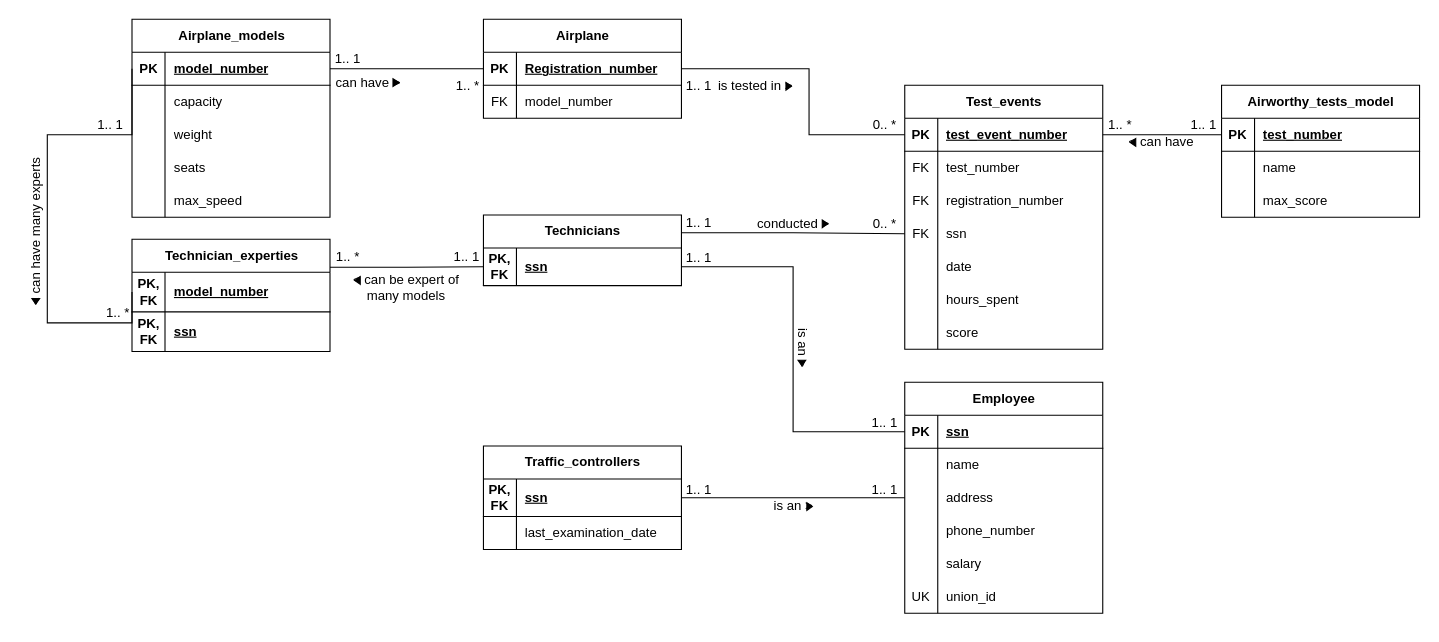
hlumhtetaung/projects keeps this draw.io diagram as 2. Airport Database System/40841063_HLUM HTET AUNG Part 2 - Database/Final ERD.drawio. Above is the earlier version. Source tidied: cells renumbered, new cells numbered last; positions are measured from the earlier drawing's top-left corner, leaving out a move shared by most shapes. Both pictures are drawn from the tidied source at 110%, with x=0, y=0 at pixel (-43, 19).
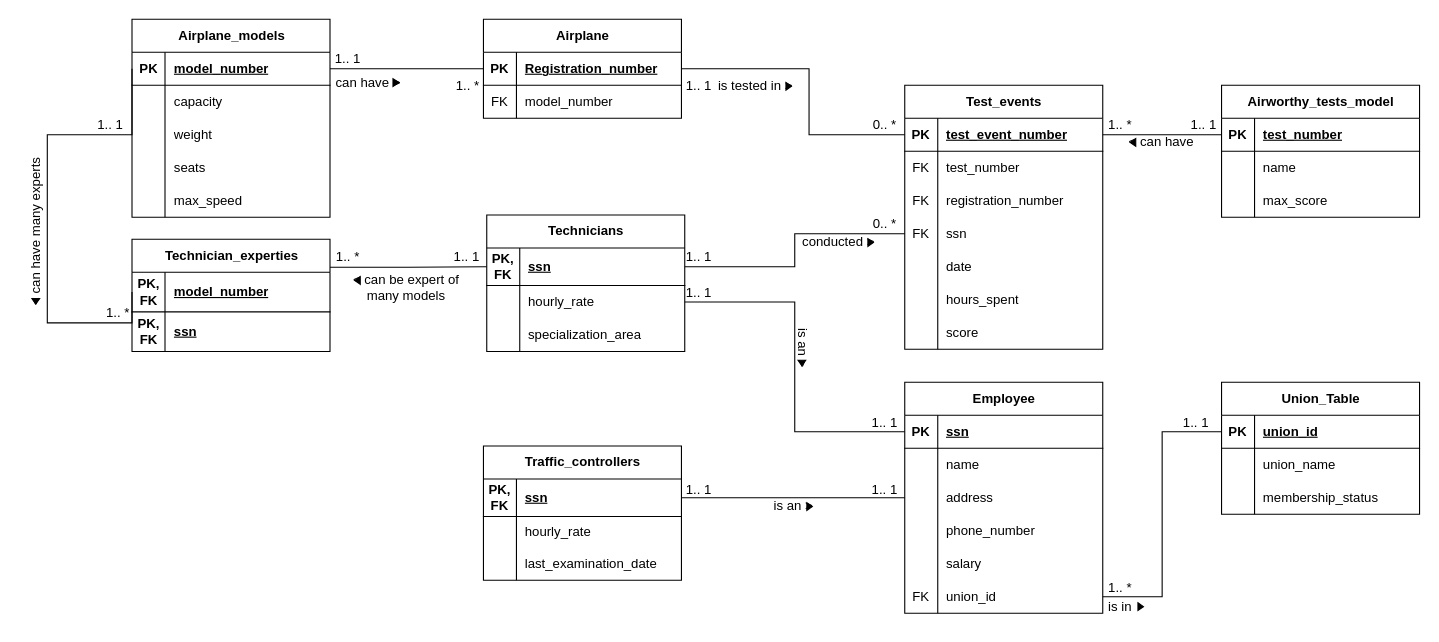
The same page after the edit.

The change refers to these unchanged cells:
```xml
<mxCell id="46" style="shape=tableRow;horizontal=0;startSize=0;swimlaneHead=0;swimlaneBody=0;fillColor=none;points=[[0,0.5],[1,0.5]];portConstraint=eastwest;top=0;left=0;right=0;bottom=0;" parent="36" vertex="1">
  <mxGeometry y="120" width="180" height="30" as="geometry" />
</mxCell>
<mxCell id="77" style="shape=tableRow;horizontal=0;startSize=0;swimlaneHead=0;swimlaneBody=0;fillColor=none;points=[[0,0.5],[1,0.5]];portConstraint=eastwest;top=0;left=0;right=0;bottom=1;" parent="76" vertex="1">
  <mxGeometry y="30" width="180" height="30" as="geometry" />
</mxCell>
<mxCell id="92" style="shape=tableRow;horizontal=0;startSize=0;swimlaneHead=0;swimlaneBody=0;fillColor=none;points=[[0,0.5],[1,0.5]];portConstraint=eastwest;top=0;left=0;right=0;bottom=0;" parent="76" vertex="1">
  <mxGeometry y="180" width="180" height="30" as="geometry" />
</mxCell>
```

Diff of the diagram source:
```diff
@@
     <mxCell id="60" value="conducted &amp;gt;" style="text;html=1;whiteSpace=wrap;strokeColor=none;fillColor=none;align=center;verticalAlign=middle;rounded=0;rotation=0;" parent="1" vertex="1">
-      <mxGeometry x="722.5" y="171" width="74" height="30" as="geometry" />
+      <mxGeometry x="764" y="188" width="74" height="30" as="geometry" />
     </mxCell>
@@
-    <mxCell id="71" style="edgeStyle=orthogonalEdgeStyle;rounded=0;jettySize=auto;html=1;exitX=1;exitY=0.25;exitDx=0;exitDy=0;entryX=0;entryY=0.5;entryDx=0;entryDy=0;endArrow=none;endFill=0;" parent="1" edge="1" source="72" target="46">
-      <mxGeometry relative="1" as="geometry" />
-    </mxCell>
-    <mxCell id="72" value="Technicians" style="shape=table;startSize=30;childLayout=tableLayout;rowLines=0;fontStyle=1;align=center;html=1;" parent="1" vertex="1">
-      <mxGeometry x="478" y="178" width="180" height="64.3" as="geometry" />
-    </mxCell>
-    <mxCell id="73" style="shape=tableRow;horizontal=0;startSize=0;swimlaneHead=0;swimlaneBody=0;fillColor=none;points=[[0,0.5],[1,0.5]];portConstraint=eastwest;top=0;left=0;right=0;bottom=1;" parent="72" vertex="1">
-      <mxGeometry y="30" width="180" height="34" as="geometry" />
-    </mxCell>
-    <mxCell id="74" value="PK, FK" style="shape=partialRectangle;fillColor=none;top=0;left=0;bottom=0;right=0;fontStyle=1;overflow=hidden;whiteSpace=wrap;html=1;" parent="73" vertex="1">
-      <mxGeometry width="30" height="34" as="geometry" />
-    </mxCell>
-    <mxCell id="75" value="ssn" style="shape=partialRectangle;fillColor=none;top=0;left=0;bottom=0;right=0;align=left;spacingLeft=6;fontStyle=5;overflow=hidden;whiteSpace=wrap;html=1;" parent="73" vertex="1">
-      <mxGeometry x="30" width="150" height="34" as="geometry" />
-    </mxCell>
@@
-    <mxCell id="93" value="UK" style="shape=partialRectangle;fillColor=none;top=0;left=0;bottom=0;right=0;overflow=hidden;whiteSpace=wrap;html=1;" parent="92" vertex="1">
+    <mxCell id="93" value="FK" style="shape=partialRectangle;fillColor=none;top=0;left=0;bottom=0;right=0;overflow=hidden;whiteSpace=wrap;html=1;" parent="92" vertex="1">
       <mxGeometry width="30" height="30" as="geometry" />
     </mxCell>
@@
     <mxCell id="97" value="Traffic_controllers" style="shape=table;startSize=30;childLayout=tableLayout;rowLines=0;fontStyle=1;align=center;html=1;" parent="1" vertex="1">
-      <mxGeometry x="478" y="388" width="180" height="94" as="geometry" />
+      <mxGeometry x="478" y="388" width="180" height="122" as="geometry" />
     </mxCell>
@@
+    <mxCell id="134" style="shape=tableRow;horizontal=0;startSize=0;swimlaneHead=0;swimlaneBody=0;fillColor=none;top=0;left=0;right=0;bottom=0;" parent="97" vertex="1">
+      <mxGeometry y="64" width="180" height="28" as="geometry" />
+    </mxCell>
+    <mxCell id="135" style="shape=partialRectangle;fillColor=none;top=0;left=0;bottom=0;right=0;overflow=hidden;whiteSpace=wrap;html=1;" parent="134" vertex="1">
+      <mxGeometry width="30" height="28" as="geometry" />
+    </mxCell>
+    <mxCell id="136" value="hourly_rate" style="shape=partialRectangle;fillColor=none;top=0;left=0;bottom=0;right=0;align=left;spacingLeft=6;overflow=hidden;whiteSpace=wrap;html=1;" parent="134" vertex="1">
+      <mxGeometry x="30" width="150" height="28" as="geometry" />
+    </mxCell>
     <mxCell id="101" style="shape=tableRow;horizontal=0;startSize=0;swimlaneHead=0;swimlaneBody=0;fillColor=none;top=0;left=0;right=0;bottom=0;" parent="97" vertex="1">
-      <mxGeometry y="64" width="180" height="30" as="geometry" />
+      <mxGeometry y="92" width="180" height="30" as="geometry" />
     </mxCell>
@@
     <mxCell id="113" value="1.. 1" style="text;html=1;whiteSpace=wrap;strokeColor=none;fillColor=none;align=center;verticalAlign=middle;rounded=0;" parent="1" vertex="1">
-      <mxGeometry x="644" y="170" width="60" height="30" as="geometry" />
+      <mxGeometry x="644" y="201" width="60" height="30" as="geometry" />
     </mxCell>
@@
-    <mxCell id="120" style="edgeStyle=orthogonalEdgeStyle;rounded=0;jettySize=auto;html=1;exitX=0;exitY=0.5;exitDx=0;exitDy=0;entryX=1;entryY=0.5;entryDx=0;entryDy=0;endArrow=none;endFill=0;" parent="1" edge="1" source="77" target="73">
+    <mxCell id="120" style="edgeStyle=orthogonalEdgeStyle;rounded=0;jettySize=auto;html=1;exitX=0;exitY=0.5;exitDx=0;exitDy=0;entryX=1;entryY=0.5;entryDx=0;entryDy=0;endArrow=none;endFill=0;" parent="1" edge="1" source="77" target="152">
       <mxGeometry relative="1" as="geometry" />
     </mxCell>
     <mxCell id="121" value="1.. 1" style="text;html=1;whiteSpace=wrap;strokeColor=none;fillColor=none;align=center;verticalAlign=middle;rounded=0;" parent="1" vertex="1">
-      <mxGeometry x="644" y="202" width="60" height="30" as="geometry" />
+      <mxGeometry x="644" y="234" width="60" height="30" as="geometry" />
     </mxCell>
@@
     <mxCell id="131" style="verticalLabelPosition=bottom;verticalAlign=top;html=1;shape=mxgraph.basic.acute_triangle;dx=0.5;fillColor=#000000;rotation=90;" parent="1" vertex="1">
-      <mxGeometry x="785" y="183.5" width="7" height="5" as="geometry" />
+      <mxGeometry x="826.5" y="200.5" width="7" height="5" as="geometry" />
     </mxCell>
@@
+    <mxCell id="137" value="Union_Table" style="shape=table;startSize=30;childLayout=tableLayout;rowLines=0;fontStyle=1;align=center;html=1;" parent="1" vertex="1">
+      <mxGeometry x="1149" y="330" width="180" height="120" as="geometry" />
+    </mxCell>
+    <mxCell id="138" style="shape=tableRow;horizontal=0;startSize=0;swimlaneHead=0;swimlaneBody=0;fillColor=none;points=[[0,0.5],[1,0.5]];portConstraint=eastwest;top=0;left=0;right=0;bottom=1;" parent="137" vertex="1">
+      <mxGeometry y="30" width="180" height="30" as="geometry" />
+    </mxCell>
+    <mxCell id="139" value="PK" style="shape=partialRectangle;fillColor=none;top=0;left=0;bottom=0;right=0;fontStyle=1;overflow=hidden;whiteSpace=wrap;html=1;" parent="138" vertex="1">
+      <mxGeometry width="30" height="30" as="geometry" />
+    </mxCell>
+    <mxCell id="140" value="union_id" style="shape=partialRectangle;fillColor=none;top=0;left=0;bottom=0;right=0;align=left;spacingLeft=6;fontStyle=5;overflow=hidden;whiteSpace=wrap;html=1;" parent="138" vertex="1">
+      <mxGeometry x="30" width="150" height="30" as="geometry" />
+    </mxCell>
+    <mxCell id="141" style="shape=tableRow;horizontal=0;startSize=0;swimlaneHead=0;swimlaneBody=0;fillColor=none;top=0;left=0;right=0;bottom=0;" parent="137" vertex="1">
+      <mxGeometry y="60" width="180" height="30" as="geometry" />
+    </mxCell>
+    <mxCell id="142" style="shape=partialRectangle;fillColor=none;top=0;left=0;bottom=0;right=0;overflow=hidden;whiteSpace=wrap;html=1;" parent="141" vertex="1">
+      <mxGeometry width="30" height="30" as="geometry" />
+    </mxCell>
+    <mxCell id="143" value="union_name" style="shape=partialRectangle;fillColor=none;top=0;left=0;bottom=0;right=0;align=left;spacingLeft=6;overflow=hidden;whiteSpace=wrap;html=1;" parent="141" vertex="1">
+      <mxGeometry x="30" width="150" height="30" as="geometry" />
+    </mxCell>
+    <mxCell id="144" style="shape=tableRow;horizontal=0;startSize=0;swimlaneHead=0;swimlaneBody=0;fillColor=none;top=0;left=0;right=0;bottom=0;" parent="137" vertex="1">
+      <mxGeometry y="90" width="180" height="30" as="geometry" />
+    </mxCell>
+    <mxCell id="145" style="shape=partialRectangle;fillColor=none;top=0;left=0;bottom=0;right=0;overflow=hidden;whiteSpace=wrap;html=1;" parent="144" vertex="1">
+      <mxGeometry width="30" height="30" as="geometry" />
+    </mxCell>
+    <mxCell id="146" value="membership_status" style="shape=partialRectangle;fillColor=none;top=0;left=0;bottom=0;right=0;align=left;spacingLeft=6;overflow=hidden;whiteSpace=wrap;html=1;" parent="144" vertex="1">
+      <mxGeometry x="30" width="150" height="30" as="geometry" />
+    </mxCell>
+    <mxCell id="147" style="edgeStyle=orthogonalEdgeStyle;rounded=0;jettySize=auto;html=1;exitX=1;exitY=0.5;exitDx=0;exitDy=0;entryX=0;entryY=0.5;entryDx=0;entryDy=0;endArrow=none;endFill=0;" parent="1" edge="1" source="92" target="138">
+      <mxGeometry relative="1" as="geometry" />
+    </mxCell>
+    <mxCell id="148" value="is in" style="text;html=1;whiteSpace=wrap;strokeColor=none;fillColor=none;align=center;verticalAlign=middle;rounded=0;rotation=0;" parent="1" vertex="1">
+      <mxGeometry x="1022" y="519" width="70" height="30" as="geometry" />
+    </mxCell>
+    <mxCell id="149" style="verticalLabelPosition=bottom;verticalAlign=top;html=1;shape=mxgraph.basic.acute_triangle;dx=0.5;fillColor=#000000;rotation=90;" parent="1" vertex="1">
+      <mxGeometry x="1072" y="531.5" width="7" height="5" as="geometry" />
+    </mxCell>
+    <mxCell id="150" value="1.. 1" style="text;html=1;whiteSpace=wrap;strokeColor=none;fillColor=none;align=center;verticalAlign=middle;rounded=0;" parent="1" vertex="1">
+      <mxGeometry x="1096" y="352" width="60" height="30" as="geometry" />
+    </mxCell>
+    <mxCell id="151" value="1.. *" style="text;html=1;whiteSpace=wrap;strokeColor=none;fillColor=none;align=center;verticalAlign=middle;rounded=0;" parent="1" vertex="1">
+      <mxGeometry x="1027" y="501.5" width="60" height="30" as="geometry" />
+    </mxCell>
+    <mxCell id="72" value="Technicians" style="shape=table;startSize=30;childLayout=tableLayout;rowLines=0;fontStyle=1;align=center;html=1;" parent="1" vertex="1">
+      <mxGeometry x="481" y="178" width="180" height="124" as="geometry" />
+    </mxCell>
+    <mxCell id="73" style="shape=tableRow;horizontal=0;startSize=0;swimlaneHead=0;swimlaneBody=0;fillColor=none;points=[[0,0.5],[1,0.5]];portConstraint=eastwest;top=0;left=0;right=0;bottom=1;" parent="72" vertex="1">
+      <mxGeometry y="30" width="180" height="34" as="geometry" />
+    </mxCell>
+    <mxCell id="74" value="PK, FK" style="shape=partialRectangle;fillColor=none;top=0;left=0;bottom=0;right=0;fontStyle=1;overflow=hidden;whiteSpace=wrap;html=1;" parent="73" vertex="1">
+      <mxGeometry width="30" height="34" as="geometry" />
+    </mxCell>
+    <mxCell id="75" value="ssn" style="shape=partialRectangle;fillColor=none;top=0;left=0;bottom=0;right=0;align=left;spacingLeft=6;fontStyle=5;overflow=hidden;whiteSpace=wrap;html=1;" parent="73" vertex="1">
+      <mxGeometry x="30" width="150" height="34" as="geometry" />
+    </mxCell>
+    <mxCell id="152" style="shape=tableRow;horizontal=0;startSize=0;swimlaneHead=0;swimlaneBody=0;fillColor=none;points=[[0,0.5],[1,0.5]];portConstraint=eastwest;top=0;left=0;right=0;bottom=0;" parent="72" vertex="1">
+      <mxGeometry y="64" width="180" height="30" as="geometry" />
+    </mxCell>
+    <mxCell id="153" style="shape=partialRectangle;fillColor=none;top=0;left=0;bottom=0;right=0;overflow=hidden;whiteSpace=wrap;html=1;" parent="152" vertex="1">
+      <mxGeometry width="30" height="30" as="geometry" />
+    </mxCell>
+    <mxCell id="154" value="hourly_rate" style="shape=partialRectangle;fillColor=none;top=0;left=0;bottom=0;right=0;align=left;spacingLeft=6;overflow=hidden;whiteSpace=wrap;html=1;" parent="152" vertex="1">
+      <mxGeometry x="30" width="150" height="30" as="geometry" />
+    </mxCell>
+    <mxCell id="155" style="shape=tableRow;horizontal=0;startSize=0;swimlaneHead=0;swimlaneBody=0;fillColor=none;top=0;left=0;right=0;bottom=0;" parent="72" vertex="1">
+      <mxGeometry y="94" width="180" height="30" as="geometry" />
+    </mxCell>
+    <mxCell id="156" style="shape=partialRectangle;fillColor=none;top=0;left=0;bottom=0;right=0;overflow=hidden;whiteSpace=wrap;html=1;" parent="155" vertex="1">
+      <mxGeometry width="30" height="30" as="geometry" />
+    </mxCell>
+    <mxCell id="157" value="specialization_area" style="shape=partialRectangle;fillColor=none;top=0;left=0;bottom=0;right=0;align=left;spacingLeft=6;overflow=hidden;whiteSpace=wrap;html=1;" parent="155" vertex="1">
+      <mxGeometry x="30" width="150" height="30" as="geometry" />
+    </mxCell>
+    <mxCell id="158" style="edgeStyle=orthogonalEdgeStyle;rounded=0;jettySize=auto;html=1;exitX=1;exitY=0.5;exitDx=0;exitDy=0;entryX=0;entryY=0.5;entryDx=0;entryDy=0;endArrow=none;endFill=0;" parent="1" edge="1" source="73" target="46">
+      <mxGeometry relative="1" as="geometry" />
+    </mxCell>
```
